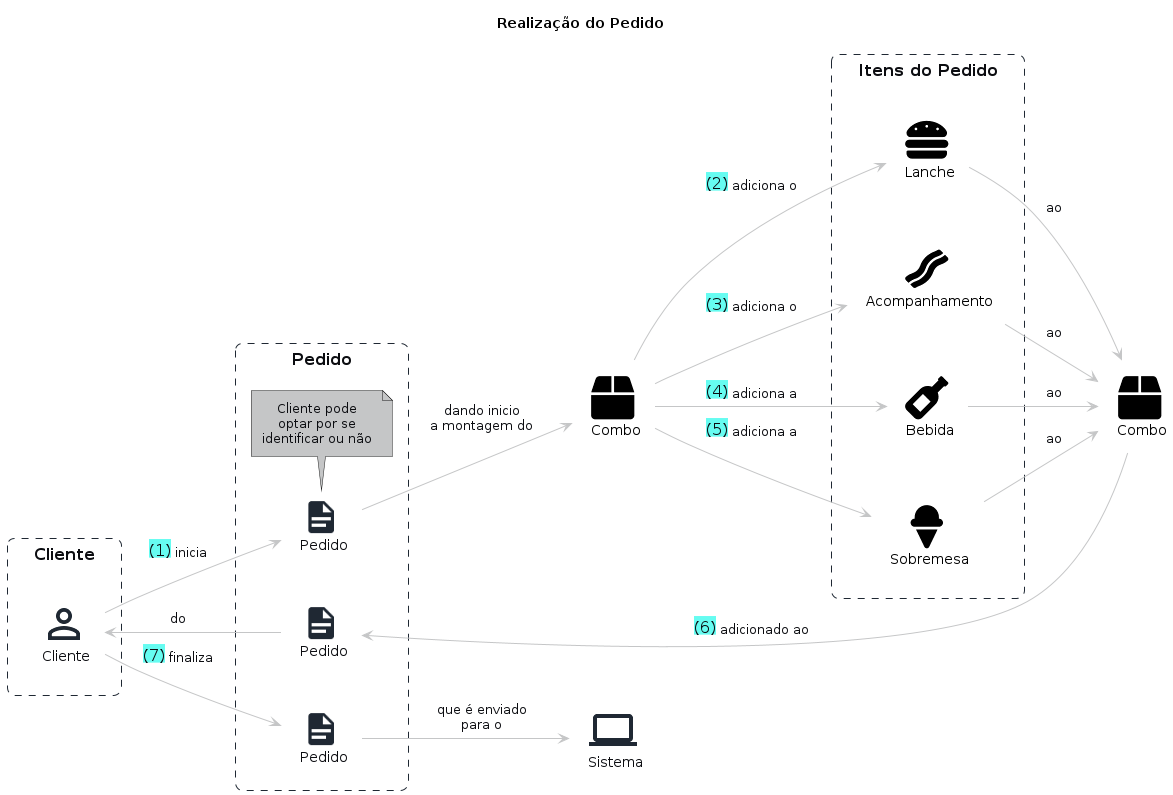
Earlier version of the PlantUML export docs/features/Realização do pedido/realizacao_pedido.png (jfelipearaujo/fast-food-api). Source of this version:
```plantuml
@startuml realizacao_pedido

!include ./../_common/domainStory.puml
!include ./../_common/icons.puml

title "Realização do Pedido"

Boundary(cliente, Cliente) {
    Person(Cliente)
}

System(Sistema, Sistema)

Boundary(pedido, Pedido) {
    Document(Pedido1, Pedido)
    Document(Pedido2, Pedido)
    Document(Pedido3, Pedido)

    note bottom of Pedido1
        Cliente pode
        optar por se
        identificar ou não
    end note
}

FA5_BOX(Combo1, Combo, label) #White
FA5_BOX(Combo2, Combo, label) #White

Boundary(item_pedido, Itens do Pedido) {
    FA5_HAMBURGER(Lanche, Lanche, label) #White
    FA5_BACON(Acompanhamento, Acompanhamento, label) #White
    FA5_WINE_BOTTLE(Bebida, Bebida, label) #White
    FA5_ICE_CREAM(Sobremesa, Sobremesa, label) #White
}

activity(_, Cliente, inicia, Pedido1, dando inicio\na montagem do, Combo1)
activity(_, Combo1, adiciona o, Lanche, ao, Combo2, -->)
activity(_, Combo1, adiciona o, Acompanhamento, ao, Combo2, -->)
activity(_, Combo1, adiciona a, Bebida, ao, Combo2, -->)
activity(_, Combo1, adiciona a, Sobremesa, ao, Combo2, -->)
activity(_, Combo2, adicionado ao, Pedido2, do, Cliente, <--)
activity(_, Cliente, finaliza, Pedido3, que é enviado\npara o, Sistema)

@enduml
```
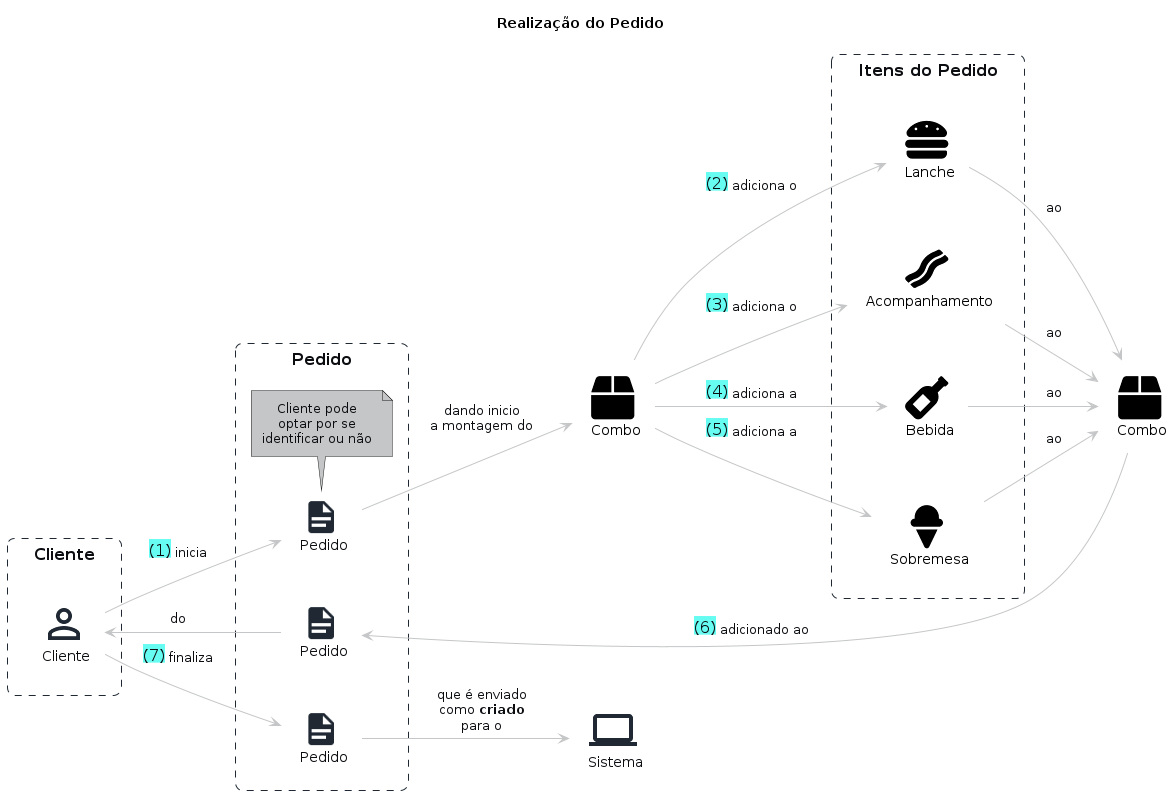
Above is the later version.

Change to the diagram source:
```diff
@@ -39,6 +39,6 @@
 activity(_, Combo1, adiciona a, Bebida, ao, Combo2, -->)
 activity(_, Combo1, adiciona a, Sobremesa, ao, Combo2, -->)
 activity(_, Combo2, adicionado ao, Pedido2, do, Cliente, <--)
-activity(_, Cliente, finaliza, Pedido3, que é enviado\npara o, Sistema)
+activity(_, Cliente, finaliza, Pedido3, que é enviado\ncomo **criado**\npara o, Sistema)
 
 @enduml
```
